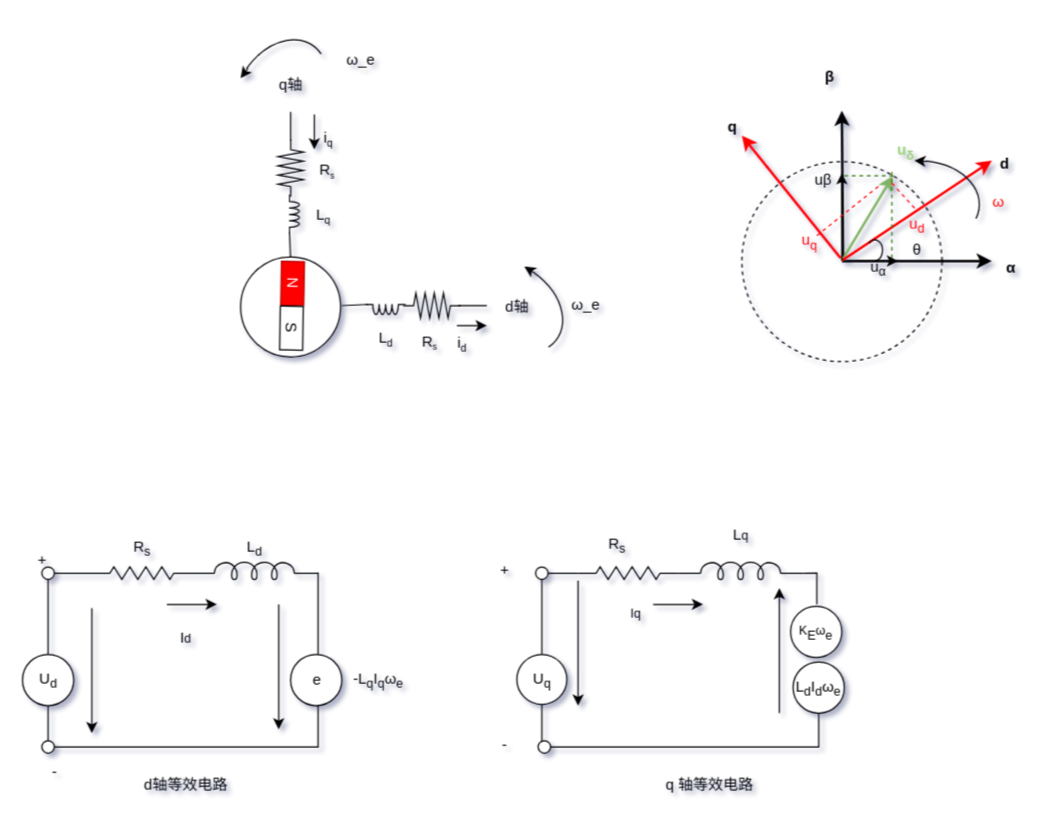
Earlier version of the draw.io diagram page "Clark 变换等效" (2 of 8) of 永磁同步电动机数学模型.drawio (Vinson-001/Blog-flow-chart). Source tidied: cells renumbered, new cells numbered last; positions are measured from the earlier drawing's top-left corner, leaving out a move shared by most shapes. Both pictures are drawn from the tidied source at 125%, with x=0, y=0 at pixel (21, 41).
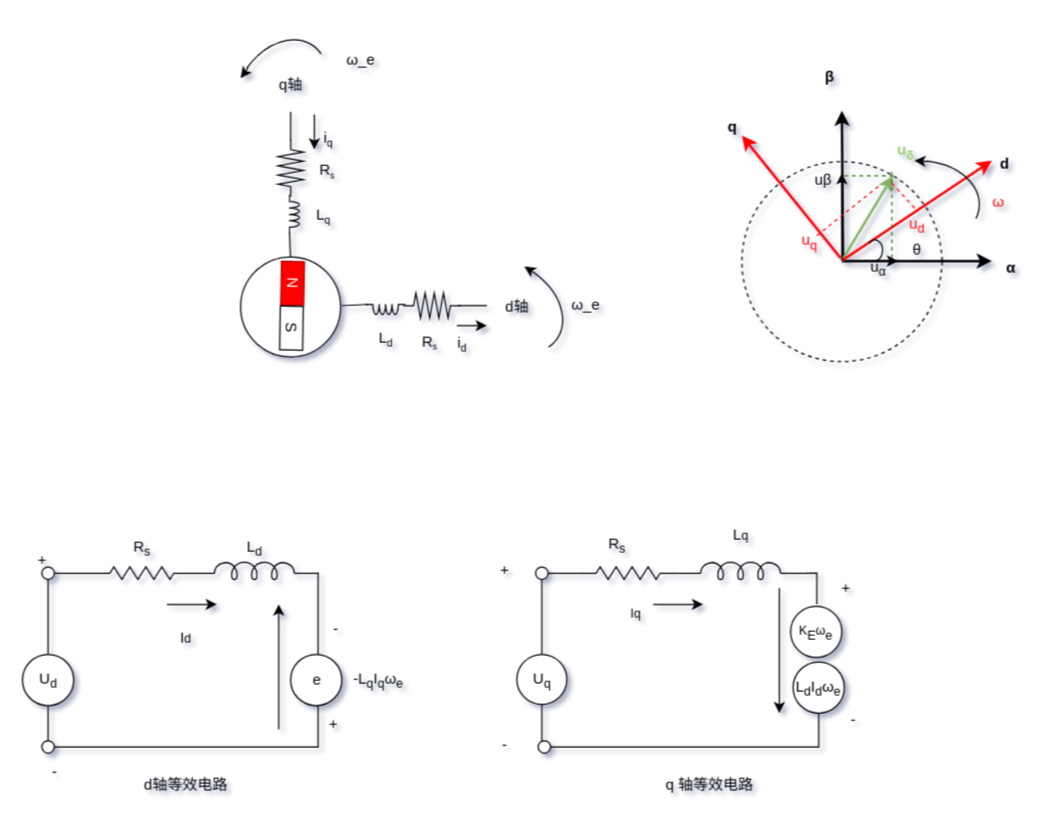
The same diagram, later.

Commit message:
更新永磁同步电动机数学模型.drawio

The edit, as a diff of the source:
```diff
@@
-    <mxCell id="39" style="endArrow=none;html=1;rounded=0;startFill=1;startArrow=classic;" parent="1" edge="1">
-      <mxGeometry relative="1" as="geometry">
-        <mxPoint x="56" y="553" as="sourcePoint" />
-        <mxPoint x="56" y="453" as="targetPoint" />
-      </mxGeometry>
-    </mxCell>
@@
-    <mxCell id="95" style="endArrow=none;html=1;rounded=0;startFill=1;startArrow=classic;" parent="1" edge="1">
+    <mxCell id="95" style="endArrow=classic;html=1;rounded=0;startFill=0;startArrow=none;endFill=1;" parent="1" edge="1">
       <mxGeometry relative="1" as="geometry">
         <mxPoint x="205.5" y="550" as="sourcePoint" />
         <mxPoint x="205.5" y="450" as="targetPoint" />
       </mxGeometry>
     </mxCell>
@@
-    <mxCell id="99" style="endArrow=none;html=1;rounded=0;startFill=1;startArrow=classic;" parent="1" edge="1">
-      <mxGeometry relative="1" as="geometry">
-        <mxPoint x="445" y="531" as="sourcePoint" />
-        <mxPoint x="445" y="431" as="targetPoint" />
-      </mxGeometry>
-    </mxCell>
@@
-    <mxCell id="102" style="endArrow=classic;html=1;rounded=0;startFill=0;startArrow=none;endFill=1;" parent="1" edge="1">
+    <mxCell id="102" style="endArrow=none;html=1;rounded=0;startFill=1;startArrow=classic;endFill=1;" parent="1" edge="1">
       <mxGeometry relative="1" as="geometry">
         <mxPoint x="606" y="537" as="sourcePoint" />
         <mxPoint x="606" y="437" as="targetPoint" />
       </mxGeometry>
     </mxCell>
@@
+    <mxCell id="107" value="+" style="text;html=1;align=center;verticalAlign=middle;strokeColor=none;fillColor=none;" parent="1" vertex="1">
+      <mxGeometry x="236" y="533" width="25" height="26" as="geometry" />
+    </mxCell>
+    <mxCell id="108" value="-" style="text;html=1;align=center;verticalAlign=middle;strokeColor=none;fillColor=none;" parent="1" vertex="1">
+      <mxGeometry x="240" y="457" width="22" height="26" as="geometry" />
+    </mxCell>
+    <mxCell id="109" value="+" style="text;html=1;align=center;verticalAlign=middle;strokeColor=none;fillColor=none;" parent="1" vertex="1">
+      <mxGeometry x="646" y="424" width="25" height="26" as="geometry" />
+    </mxCell>
+    <mxCell id="110" value="-" style="text;html=1;align=center;verticalAlign=middle;strokeColor=none;fillColor=none;" parent="1" vertex="1">
+      <mxGeometry x="654" y="530" width="22" height="26" as="geometry" />
+    </mxCell>
```
